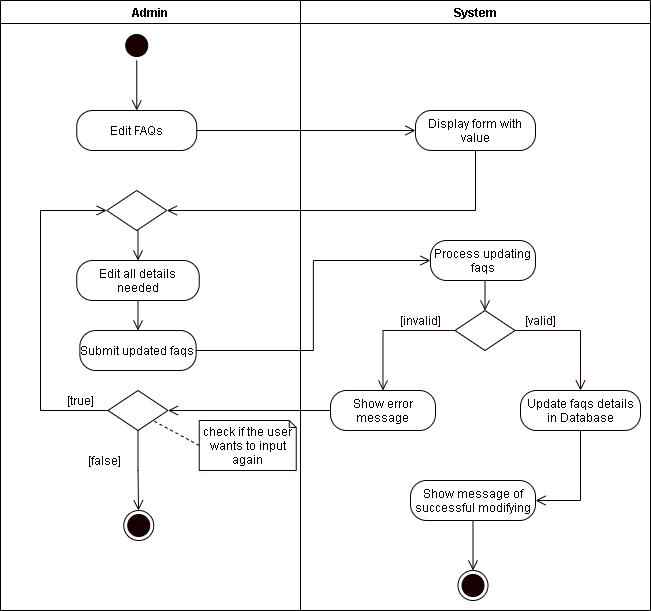
mrklglsn/CAPSTONE-FILES keeps this draw.io diagram as REVISIONS/UML-DIAGRAMS/6-9-2021/ACTIVITY DIAGRAM/20-Edit Faqs.png. Above is the earlier version. Source tidied: cells renumbered, new cells last; positions are measured from the earlier drawing's top-left corner, leaving out a move shared by most shapes.
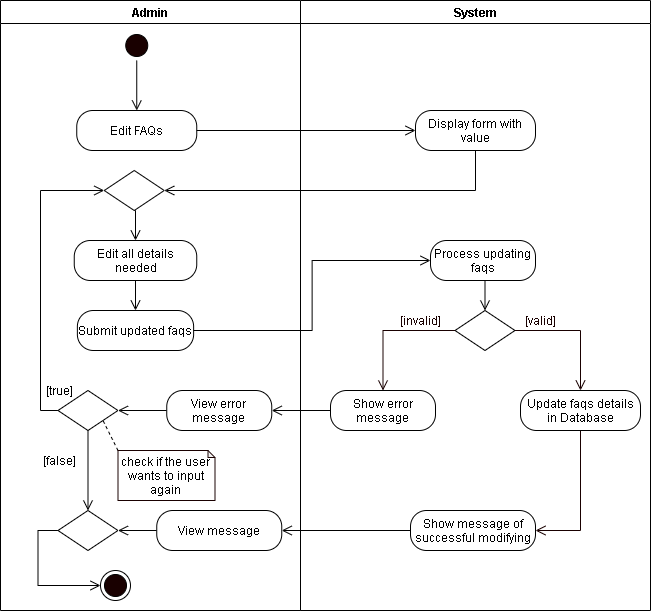
Above is the later version.

The edit, as a diff of the source:
```diff
@@ -20,48 +20,64 @@
       <mxGeometry relative="1" as="geometry" />
     </mxCell>
     <mxCell id="7" value="Edit all details needed" style="rounded=1;whiteSpace=wrap;html=1;arcSize=40;" parent="2" vertex="1">
-      <mxGeometry x="76.2" y="260" width="122.5" height="40" as="geometry" />
+      <mxGeometry x="73.8" y="240" width="122.5" height="40" as="geometry" />
     </mxCell>
     <mxCell id="8" value="Submit updated faqs" style="rounded=1;whiteSpace=wrap;html=1;arcSize=40;" parent="2" vertex="1">
-      <mxGeometry x="79.4" y="330" width="116.2" height="40" as="geometry" />
+      <mxGeometry x="76.9" y="310" width="116.2" height="40" as="geometry" />
     </mxCell>
     <mxCell id="9" style="edgeStyle=orthogonalEdgeStyle;rounded=0;jettySize=auto;html=1;exitX=0.5;exitY=1;exitDx=0;exitDy=0;entryX=0.5;entryY=0;entryDx=0;entryDy=0;endArrow=open;endFill=0;endSize=8;" parent="2" edge="1" source="10" target="7">
       <mxGeometry relative="1" as="geometry" />
     </mxCell>
     <mxCell id="10" style="rhombus;whiteSpace=wrap;html=1;" parent="2" vertex="1">
-      <mxGeometry x="106.2" y="190" width="60" height="40" as="geometry" />
+      <mxGeometry x="103.8" y="170" width="60" height="40" as="geometry" />
     </mxCell>
     <mxCell id="11" style="edgeStyle=orthogonalEdgeStyle;rounded=0;jettySize=auto;html=1;exitX=0;exitY=0.5;exitDx=0;exitDy=0;entryX=0;entryY=0.5;entryDx=0;entryDy=0;endArrow=open;endFill=0;endSize=8;" parent="2" edge="1" source="13" target="10">
       <mxGeometry relative="1" as="geometry">
         <Array as="points">
           <mxPoint x="40" y="410" />
-          <mxPoint x="40" y="210" />
+          <mxPoint x="40" y="190" />
         </Array>
       </mxGeometry>
     </mxCell>
-    <mxCell id="12" style="edgeStyle=orthogonalEdgeStyle;rounded=0;jettySize=auto;html=1;exitX=0.5;exitY=1;exitDx=0;exitDy=0;endArrow=open;endFill=0;endSize=8;startArrow=none;" parent="2" edge="1" source="13">
-      <mxGeometry relative="1" as="geometry">
-        <mxPoint x="138" y="510" as="targetPoint" />
-      </mxGeometry>
+    <mxCell id="12" style="edgeStyle=orthogonalEdgeStyle;rounded=0;jettySize=auto;html=1;exitX=0.5;exitY=1;exitDx=0;exitDy=0;endArrow=open;endFill=0;endSize=8;startArrow=none;entryX=0.5;entryY=0;entryDx=0;entryDy=0;" parent="2" edge="1" source="13" target="43">
+      <mxGeometry relative="1" as="geometry" />
     </mxCell>
     <mxCell id="13" style="rhombus;whiteSpace=wrap;html=1;" parent="2" vertex="1">
-      <mxGeometry x="107.5" y="390" width="60" height="40" as="geometry" />
+      <mxGeometry x="57.5" y="390" width="60" height="40" as="geometry" />
     </mxCell>
     <mxCell id="14" value="[true]" style="text;html=1;align=center;verticalAlign=middle;strokeColor=none;" parent="2" vertex="1">
-      <mxGeometry x="60" y="390" width="40" height="20" as="geometry" />
+      <mxGeometry x="39.4" y="380" width="40" height="20" as="geometry" />
     </mxCell>
-    <mxCell id="15" style="rounded=0;jettySize=auto;html=1;exitX=0;exitY=0.5;exitDx=0;exitDy=0;exitPerimeter=0;entryX=1;entryY=1;entryDx=0;entryDy=0;endArrow=none;endFill=0;endSize=8;dashed=1;" parent="2" edge="1" source="16" target="13">
+    <mxCell id="15" style="rounded=0;jettySize=auto;html=1;exitX=0;exitY=0;exitDx=0;exitDy=0;exitPerimeter=0;entryX=1;entryY=1;entryDx=0;entryDy=0;endArrow=none;endFill=0;endSize=8;dashed=1;" parent="2" edge="1" source="16" target="13">
       <mxGeometry relative="1" as="geometry" />
     </mxCell>
     <mxCell id="16" value="check if the user wants to input again" style="shape=note;whiteSpace=wrap;html=1;backgroundOutline=1;darkOpacity=0.05;strokeColor=#190000;size=7;" parent="2" vertex="1">
-      <mxGeometry x="198.8" y="420" width="97" height="50" as="geometry" />
+      <mxGeometry x="117.5" y="450" width="97" height="50" as="geometry" />
     </mxCell>
     <mxCell id="17" value="[false]" style="text;html=1;align=center;verticalAlign=middle;strokeColor=none;" parent="2" vertex="1">
-      <mxGeometry x="79.4" y="450" width="50" height="20" as="geometry" />
+      <mxGeometry x="34.4" y="450" width="50" height="20" as="geometry" />
     </mxCell>
     <mxCell id="18" style="ellipse;html=1;shape=endState;fillColor=#190000;" parent="2" vertex="1">
-      <mxGeometry x="123.2" y="510" width="30" height="30" as="geometry" />
+      <mxGeometry x="100" y="570" width="30" height="30" as="geometry" />
     </mxCell>
+    <mxCell id="38" style="edgeStyle=orthogonalEdgeStyle;rounded=0;jettySize=auto;html=1;exitX=0;exitY=0.5;exitDx=0;exitDy=0;endArrow=open;endFill=0;endSize=8;" parent="2" edge="1" source="39" target="13">
+      <mxGeometry relative="1" as="geometry" />
+    </mxCell>
+    <mxCell id="39" value="View error message" style="rounded=1;whiteSpace=wrap;html=1;arcSize=40;" parent="2" vertex="1">
+      <mxGeometry x="166.2" y="390" width="105" height="40" as="geometry" />
+    </mxCell>
+    <mxCell id="40" style="edgeStyle=orthogonalEdgeStyle;rounded=0;jettySize=auto;html=1;exitX=0;exitY=0.5;exitDx=0;exitDy=0;entryX=1;entryY=0.5;entryDx=0;entryDy=0;endArrow=open;endFill=0;endSize=8;" parent="2" edge="1" source="41" target="43">
+      <mxGeometry relative="1" as="geometry" />
+    </mxCell>
+    <mxCell id="41" value="View message" style="rounded=1;whiteSpace=wrap;html=1;arcSize=40;" parent="2" vertex="1">
+      <mxGeometry x="156.2" y="510" width="125" height="40" as="geometry" />
+    </mxCell>
+    <mxCell id="42" style="edgeStyle=orthogonalEdgeStyle;rounded=0;jettySize=auto;html=1;exitX=0;exitY=0.5;exitDx=0;exitDy=0;entryX=0;entryY=0.5;entryDx=0;entryDy=0;endArrow=open;endFill=0;endSize=8;" parent="2" edge="1" source="43" target="18">
+      <mxGeometry relative="1" as="geometry" />
+    </mxCell>
+    <mxCell id="43" style="rhombus;whiteSpace=wrap;html=1;" parent="2" vertex="1">
+      <mxGeometry x="57.5" y="510" width="60" height="40" as="geometry" />
+    </mxCell>
     <mxCell id="19" value="System" style="swimlane;" parent="1" vertex="1">
       <mxGeometry x="300" width="350" height="610" as="geometry" />
     </mxCell>
@@ -95,18 +111,12 @@
     <mxCell id="29" style="edgeStyle=orthogonalEdgeStyle;rounded=0;jettySize=auto;html=1;exitX=1;exitY=0.5;exitDx=0;exitDy=0;fontColor=#FFFFFF;endArrow=open;endFill=0;endSize=8;strokeColor=#190000;entryX=0.5;entryY=0;entryDx=0;entryDy=0;" parent="19" edge="1" source="21" target="27">
       <mxGeometry relative="1" as="geometry" />
     </mxCell>
-    <mxCell id="30" style="edgeStyle=orthogonalEdgeStyle;rounded=0;jettySize=auto;html=1;exitX=0.5;exitY=1;exitDx=0;exitDy=0;entryX=0.5;entryY=0;entryDx=0;entryDy=0;endArrow=open;endFill=0;endSize=8;" parent="19" edge="1" source="31" target="33">
-      <mxGeometry relative="1" as="geometry" />
-    </mxCell>
     <mxCell id="31" value="Show message of successful modifying" style="rounded=1;whiteSpace=wrap;html=1;arcSize=40;" parent="19" vertex="1">
-      <mxGeometry x="110" y="480" width="125" height="40" as="geometry" />
+      <mxGeometry x="110" y="510" width="125" height="40" as="geometry" />
     </mxCell>
     <mxCell id="32" value="Display form with value" style="rounded=1;whiteSpace=wrap;html=1;arcSize=40;" parent="19" vertex="1">
       <mxGeometry x="115" y="110" width="120" height="40" as="geometry" />
     </mxCell>
-    <mxCell id="33" style="ellipse;html=1;shape=endState;fillColor=#190000;" parent="19" vertex="1">
-      <mxGeometry x="157.5" y="570" width="30" height="30" as="geometry" />
-    </mxCell>
     <mxCell id="34" style="edgeStyle=orthogonalEdgeStyle;rounded=0;jettySize=auto;html=1;exitX=1;exitY=0.5;exitDx=0;exitDy=0;endArrow=open;endFill=0;endSize=8;entryX=0;entryY=0.5;entryDx=0;entryDy=0;" parent="1" edge="1" source="5" target="32">
       <mxGeometry relative="1" as="geometry" />
     </mxCell>
@@ -116,8 +126,11 @@
     <mxCell id="36" style="edgeStyle=orthogonalEdgeStyle;rounded=0;jettySize=auto;html=1;exitX=1;exitY=0.5;exitDx=0;exitDy=0;entryX=0;entryY=0.5;entryDx=0;entryDy=0;endArrow=open;endFill=0;endSize=8;" parent="1" edge="1" source="8" target="20">
       <mxGeometry relative="1" as="geometry" />
     </mxCell>
-    <mxCell id="37" style="edgeStyle=orthogonalEdgeStyle;rounded=0;jettySize=auto;html=1;exitX=0;exitY=0.5;exitDx=0;exitDy=0;entryX=1;entryY=0.5;entryDx=0;entryDy=0;endArrow=open;endFill=0;endSize=8;" parent="1" edge="1" source="25" target="13">
-      <mxGeometry relative="1" as="geometry" />
-    </mxCell>
+    <mxCell id="44" style="edgeStyle=orthogonalEdgeStyle;rounded=0;jettySize=auto;html=1;exitX=0;exitY=0.5;exitDx=0;exitDy=0;endArrow=open;endFill=0;endSize=8;" parent="1" edge="1" source="25" target="39">
+      <mxGeometry relative="1" as="geometry" />
+    </mxCell>
+    <mxCell id="45" style="edgeStyle=orthogonalEdgeStyle;rounded=0;jettySize=auto;html=1;exitX=0;exitY=0.5;exitDx=0;exitDy=0;entryX=1;entryY=0.5;entryDx=0;entryDy=0;endArrow=open;endFill=0;endSize=8;" parent="1" edge="1" source="31" target="41">
+      <mxGeometry relative="1" as="geometry" />
+    </mxCell>
   </root>
 </mxGraphModel>
```
